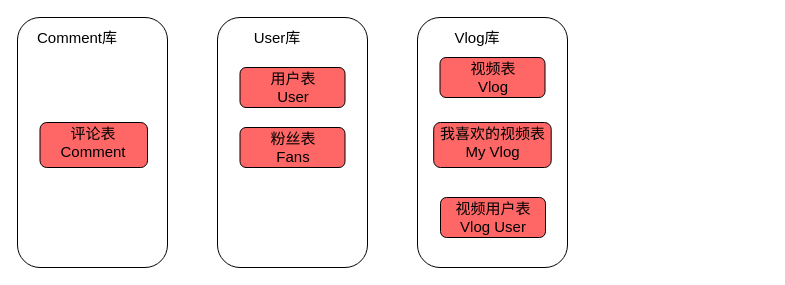
This is img/vlog分库分表.drawio from JpypyJ/mypic, a draw.io file, before an edit. Source tidied: cells renumbered, new cells numbered last; positions are measured from the earlier drawing's top-left corner, leaving out a move shared by most shapes. Both pictures are drawn from the tidied source at 100%, with x=0, y=0 at pixel (17, 17).
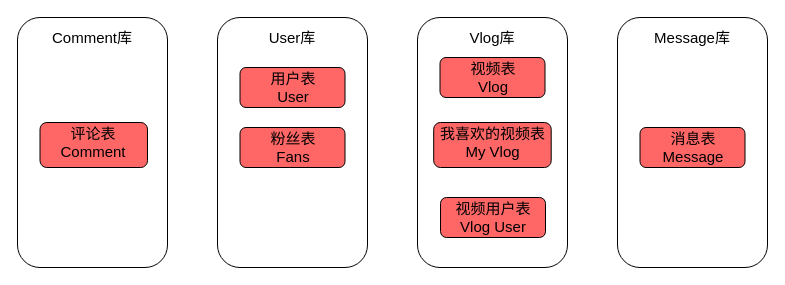
The same page after the edit.

Commit message:
更新vlog分库分表.drawio

The edit, as a diff of the source:
```diff
@@
     <mxCell id="3" value="&lt;font color=&quot;#000000&quot; style=&quot;font-size: 15px;&quot;&gt;Comment库&lt;/font&gt;" style="text;html=1;strokeColor=none;fillColor=none;align=center;verticalAlign=middle;whiteSpace=wrap;rounded=0;fontColor=#FFFFFF;fontSize=15;" parent="1" vertex="1">
-      <mxGeometry x="10" y="10" width="100" height="20" as="geometry" />
+      <mxGeometry x="25" y="10" width="100" height="20" as="geometry" />
     </mxCell>
@@
     <mxCell id="5" value="&lt;font color=&quot;#000000&quot; style=&quot;font-size: 15px;&quot;&gt;User库&lt;/font&gt;" style="text;html=1;strokeColor=none;fillColor=none;align=center;verticalAlign=middle;whiteSpace=wrap;rounded=0;fontColor=#FFFFFF;fontSize=15;" parent="1" vertex="1">
-      <mxGeometry x="210" y="10" width="100" height="20" as="geometry" />
+      <mxGeometry x="225" y="10" width="100" height="20" as="geometry" />
     </mxCell>
@@
     <mxCell id="7" value="&lt;font color=&quot;#000000&quot;&gt;Vlog库&lt;/font&gt;" style="text;html=1;strokeColor=none;fillColor=none;align=center;verticalAlign=middle;whiteSpace=wrap;rounded=0;fontColor=#FFFFFF;fontSize=15;" parent="1" vertex="1">
-      <mxGeometry x="410" y="10" width="100" height="20" as="geometry" />
+      <mxGeometry x="425" y="10" width="100" height="20" as="geometry" />
     </mxCell>
@@
+    <mxCell id="20" style="rounded=1;whiteSpace=wrap;html=1;" parent="1" vertex="1">
+      <mxGeometry x="600" width="150" height="250" as="geometry" />
+    </mxCell>
+    <mxCell id="21" value="&lt;font color=&quot;#000000&quot; style=&quot;font-size: 15px;&quot;&gt;Message库&lt;/font&gt;" style="text;html=1;strokeColor=none;fillColor=none;align=center;verticalAlign=middle;whiteSpace=wrap;rounded=0;fontColor=#FFFFFF;fontSize=15;" parent="1" vertex="1">
+      <mxGeometry x="625" y="10" width="100" height="20" as="geometry" />
+    </mxCell>
+    <mxCell id="22" style="rounded=1;whiteSpace=wrap;html=1;fontSize=15;fontColor=#000000;fillColor=#FF6666;" parent="1" vertex="1">
+      <mxGeometry x="622.5" y="110" width="105" height="40" as="geometry" />
+    </mxCell>
+    <mxCell id="23" value="消息表&lt;br&gt;Message" style="text;html=1;strokeColor=none;fillColor=none;align=center;verticalAlign=middle;whiteSpace=wrap;rounded=0;fontSize=15;fontColor=#000000;" parent="1" vertex="1">
+      <mxGeometry x="645.5" y="115" width="60" height="30" as="geometry" />
+    </mxCell>
```
